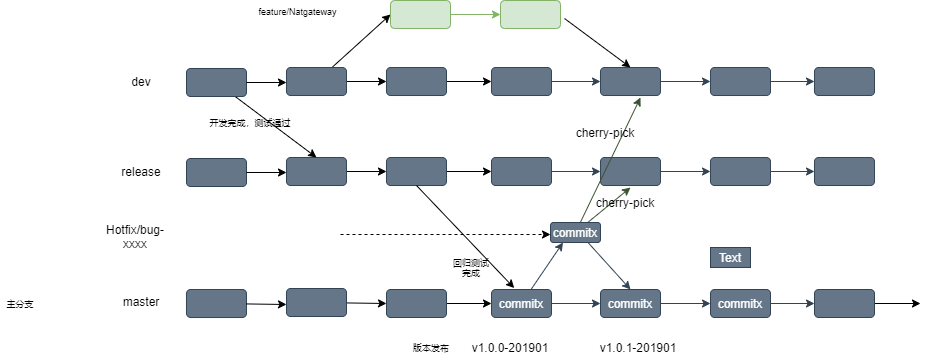
Before: 分支规范图.png, a diagram exported from draw.io (chenzake/images). Source tidied: cells renumbered, new cells last; positions are measured from the earlier drawing's top-left corner, leaving out a move shared by most shapes. Source of this version:
```xml
<mxGraphModel>
  <root>
    <mxCell id="0" />
    <mxCell id="1" parent="0" />
    <mxCell id="2" style="edgeStyle=orthogonalEdgeStyle;rounded=0;jettySize=auto;html=1;fillColor=#647687;strokeColor=#314354;" parent="1" edge="1" source="3" target="4">
      <mxGeometry relative="1" as="geometry" />
    </mxCell>
    <mxCell id="3" style="rounded=1;whiteSpace=wrap;html=1;fillColor=#647687;strokeColor=#314354;fontColor=#ffffff;" parent="1" vertex="1">
      <mxGeometry x="491" y="67" width="60" height="28" as="geometry" />
    </mxCell>
    <mxCell id="4" style="rounded=1;whiteSpace=wrap;html=1;fillColor=#647687;strokeColor=#314354;fontColor=#ffffff;" parent="1" vertex="1">
      <mxGeometry x="600" y="67" width="60" height="28" as="geometry" />
    </mxCell>
    <mxCell id="5" style="edgeStyle=orthogonalEdgeStyle;rounded=0;jettySize=auto;html=1;entryX=0;entryY=0.5;entryDx=0;entryDy=0;fillColor=#647687;strokeColor=#314354;" parent="1" edge="1" source="6" target="14">
      <mxGeometry relative="1" as="geometry" />
    </mxCell>
    <mxCell id="6" style="rounded=1;whiteSpace=wrap;html=1;fillColor=#647687;strokeColor=#314354;fontColor=#ffffff;" parent="1" vertex="1">
      <mxGeometry x="710" y="67" width="60" height="28" as="geometry" />
    </mxCell>
    <mxCell id="7" style="edgeStyle=orthogonalEdgeStyle;rounded=0;jettySize=auto;html=1;fillColor=#647687;strokeColor=#314354;" parent="1" edge="1" source="4" target="6">
      <mxGeometry relative="1" as="geometry" />
    </mxCell>
    <mxCell id="8" style="edgeStyle=orthogonalEdgeStyle;rounded=0;jettySize=auto;html=1;fillColor=#647687;strokeColor=#314354;" parent="1" edge="1" source="9" target="10">
      <mxGeometry relative="1" as="geometry" />
    </mxCell>
    <mxCell id="9" style="rounded=1;whiteSpace=wrap;html=1;fillColor=#647687;strokeColor=#314354;fontColor=#ffffff;" parent="1" vertex="1">
      <mxGeometry x="491" y="157" width="60" height="28" as="geometry" />
    </mxCell>
    <mxCell id="10" style="rounded=1;whiteSpace=wrap;html=1;fillColor=#647687;strokeColor=#314354;fontColor=#ffffff;" parent="1" vertex="1">
      <mxGeometry x="600" y="157" width="60" height="28" as="geometry" />
    </mxCell>
    <mxCell id="11" style="edgeStyle=orthogonalEdgeStyle;rounded=0;jettySize=auto;html=1;entryX=0;entryY=0.5;entryDx=0;entryDy=0;fillColor=#647687;strokeColor=#314354;" parent="1" edge="1" source="12" target="15">
      <mxGeometry relative="1" as="geometry" />
    </mxCell>
    <mxCell id="12" style="rounded=1;whiteSpace=wrap;html=1;fillColor=#647687;strokeColor=#314354;fontColor=#ffffff;" parent="1" vertex="1">
      <mxGeometry x="710" y="157" width="60" height="28" as="geometry" />
    </mxCell>
    <mxCell id="13" style="edgeStyle=orthogonalEdgeStyle;rounded=0;jettySize=auto;html=1;fillColor=#647687;strokeColor=#314354;" parent="1" edge="1" source="10" target="12">
      <mxGeometry relative="1" as="geometry" />
    </mxCell>
    <mxCell id="14" style="rounded=1;whiteSpace=wrap;html=1;fillColor=#647687;strokeColor=#314354;fontColor=#ffffff;" parent="1" vertex="1">
      <mxGeometry x="814" y="67" width="60" height="28" as="geometry" />
    </mxCell>
    <mxCell id="15" style="rounded=1;whiteSpace=wrap;html=1;fillColor=#647687;strokeColor=#314354;fontColor=#ffffff;" parent="1" vertex="1">
      <mxGeometry x="814" y="157" width="60" height="28" as="geometry" />
    </mxCell>
    <mxCell id="16" style="edgeStyle=orthogonalEdgeStyle;rounded=0;jettySize=auto;html=1;fillColor=#647687;strokeColor=#314354;" parent="1" edge="1" source="18" target="19">
      <mxGeometry relative="1" as="geometry" />
    </mxCell>
    <mxCell id="17" style="rounded=0;jettySize=auto;html=1;entryX=0.25;entryY=1;entryDx=0;entryDy=0;fillColor=#647687;strokeColor=#314354;" parent="1" edge="1" source="18" target="28">
      <mxGeometry relative="1" as="geometry" />
    </mxCell>
    <mxCell id="18" value="&lt;span&gt;commitx&lt;/span&gt;" style="rounded=1;whiteSpace=wrap;html=1;fillColor=#647687;strokeColor=#314354;fontColor=#ffffff;" parent="1" vertex="1">
      <mxGeometry x="491" y="289" width="60" height="28" as="geometry" />
    </mxCell>
    <mxCell id="19" value="&lt;span&gt;commitx&lt;/span&gt;" style="rounded=1;whiteSpace=wrap;html=1;fillColor=#647687;strokeColor=#314354;fontColor=#ffffff;" parent="1" vertex="1">
      <mxGeometry x="600" y="289" width="60" height="28" as="geometry" />
    </mxCell>
    <mxCell id="20" style="edgeStyle=orthogonalEdgeStyle;rounded=0;jettySize=auto;html=1;entryX=0;entryY=0.5;entryDx=0;entryDy=0;fillColor=#647687;strokeColor=#314354;" parent="1" edge="1" source="21" target="24">
      <mxGeometry relative="1" as="geometry" />
    </mxCell>
    <mxCell id="21" value="&lt;span&gt;commitx&lt;/span&gt;" style="rounded=1;whiteSpace=wrap;html=1;fillColor=#647687;strokeColor=#314354;fontColor=#ffffff;" parent="1" vertex="1">
      <mxGeometry x="710" y="289" width="60" height="28" as="geometry" />
    </mxCell>
    <mxCell id="22" style="edgeStyle=orthogonalEdgeStyle;rounded=0;jettySize=auto;html=1;fillColor=#647687;strokeColor=#314354;" parent="1" edge="1" source="19" target="21">
      <mxGeometry relative="1" as="geometry" />
    </mxCell>
    <mxCell id="23" style="edgeStyle=none;rounded=0;jettySize=auto;html=1;" parent="1" edge="1" source="24">
      <mxGeometry relative="1" as="geometry">
        <mxPoint x="920" y="303" as="targetPoint" />
      </mxGeometry>
    </mxCell>
    <mxCell id="24" style="rounded=1;whiteSpace=wrap;html=1;fillColor=#647687;strokeColor=#314354;fontColor=#ffffff;" parent="1" vertex="1">
      <mxGeometry x="814" y="289" width="60" height="28" as="geometry" />
    </mxCell>
    <mxCell id="25" style="edgeStyle=none;rounded=0;jettySize=auto;html=1;entryX=0.5;entryY=0;entryDx=0;entryDy=0;exitX=0.75;exitY=1;exitDx=0;exitDy=0;fillColor=#647687;strokeColor=#314354;" parent="1" edge="1" source="28" target="19">
      <mxGeometry relative="1" as="geometry" />
    </mxCell>
    <mxCell id="26" style="edgeStyle=none;rounded=0;jettySize=auto;html=1;fillColor=#6d8764;strokeColor=#3A5431;" parent="1" edge="1" source="28">
      <mxGeometry relative="1" as="geometry">
        <mxPoint x="630" y="187" as="targetPoint" />
      </mxGeometry>
    </mxCell>
    <mxCell id="27" style="edgeStyle=none;rounded=0;jettySize=auto;html=1;fillColor=#6d8764;strokeColor=#3A5431;" parent="1" edge="1" source="28">
      <mxGeometry relative="1" as="geometry">
        <mxPoint x="640" y="97" as="targetPoint" />
      </mxGeometry>
    </mxCell>
    <mxCell id="28" value="commitx" style="rounded=1;whiteSpace=wrap;html=1;fillColor=#647687;strokeColor=#314354;fontColor=#ffffff;" parent="1" vertex="1">
      <mxGeometry x="550" y="222" width="50" height="20" as="geometry" />
    </mxCell>
    <mxCell id="29" value="v1.0.0-201901" style="text;html=1;strokeColor=none;fillColor=none;align=center;verticalAlign=middle;whiteSpace=wrap;rounded=0;" parent="1" vertex="1">
      <mxGeometry x="470" y="337" width="80" height="20" as="geometry" />
    </mxCell>
    <mxCell id="30" value="v1.0.1-201901" style="text;html=1;strokeColor=none;fillColor=none;align=center;verticalAlign=middle;whiteSpace=wrap;rounded=0;" parent="1" vertex="1">
      <mxGeometry x="594.5" y="337" width="85.5" height="20" as="geometry" />
    </mxCell>
    <mxCell id="31" value="Text" style="text;html=1;strokeColor=#314354;fillColor=#647687;align=center;verticalAlign=middle;whiteSpace=wrap;rounded=0;fontColor=#ffffff;" parent="1" vertex="1">
      <mxGeometry x="710" y="247" width="40" height="20" as="geometry" />
    </mxCell>
    <mxCell id="32" value="cherry-pick" style="text;html=1;strokeColor=none;fillColor=none;align=center;verticalAlign=middle;whiteSpace=wrap;rounded=0;" parent="1" vertex="1">
      <mxGeometry x="570" y="127" width="70" height="10" as="geometry" />
    </mxCell>
    <mxCell id="33" value="cherry-pick" style="text;html=1;strokeColor=none;fillColor=none;align=center;verticalAlign=middle;whiteSpace=wrap;rounded=0;" parent="1" vertex="1">
      <mxGeometry x="590" y="197" width="70" height="10" as="geometry" />
    </mxCell>
    <mxCell id="34" style="edgeStyle=none;rounded=0;jettySize=auto;html=1;entryX=0;entryY=0.5;entryDx=0;entryDy=0;" parent="1" edge="1" source="35" target="3">
      <mxGeometry relative="1" as="geometry" />
    </mxCell>
    <mxCell id="35" style="rounded=1;whiteSpace=wrap;html=1;fillColor=#647687;strokeColor=#314354;fontColor=#ffffff;" parent="1" vertex="1">
      <mxGeometry x="386" y="67" width="60" height="28" as="geometry" />
    </mxCell>
    <mxCell id="36" style="edgeStyle=none;rounded=0;jettySize=auto;html=1;entryX=0;entryY=0.5;entryDx=0;entryDy=0;" parent="1" edge="1" source="38" target="35">
      <mxGeometry relative="1" as="geometry" />
    </mxCell>
    <mxCell id="37" style="edgeStyle=none;rounded=0;jettySize=auto;html=1;entryX=0;entryY=0.5;entryDx=0;entryDy=0;fontSize=9;" parent="1" edge="1" source="38" target="64">
      <mxGeometry relative="1" as="geometry" />
    </mxCell>
    <mxCell id="38" style="rounded=1;whiteSpace=wrap;html=1;fillColor=#647687;strokeColor=#314354;fontColor=#ffffff;" parent="1" vertex="1">
      <mxGeometry x="286" y="67" width="60" height="28" as="geometry" />
    </mxCell>
    <mxCell id="39" style="edgeStyle=none;rounded=0;jettySize=auto;html=1;entryX=0;entryY=0.5;entryDx=0;entryDy=0;" parent="1" edge="1" source="40" target="9">
      <mxGeometry relative="1" as="geometry" />
    </mxCell>
    <mxCell id="40" style="rounded=1;whiteSpace=wrap;html=1;fillColor=#647687;strokeColor=#314354;fontColor=#ffffff;" parent="1" vertex="1">
      <mxGeometry x="386" y="157" width="60" height="28" as="geometry" />
    </mxCell>
    <mxCell id="41" style="edgeStyle=none;rounded=0;jettySize=auto;html=1;entryX=0;entryY=0.5;entryDx=0;entryDy=0;" parent="1" edge="1" source="42" target="40">
      <mxGeometry relative="1" as="geometry" />
    </mxCell>
    <mxCell id="42" style="rounded=1;whiteSpace=wrap;html=1;fillColor=#647687;strokeColor=#314354;fontColor=#ffffff;" parent="1" vertex="1">
      <mxGeometry x="286" y="157" width="60" height="28" as="geometry" />
    </mxCell>
    <mxCell id="43" style="edgeStyle=none;rounded=0;jettySize=auto;html=1;entryX=0;entryY=0.5;entryDx=0;entryDy=0;" parent="1" edge="1" source="44" target="18">
      <mxGeometry relative="1" as="geometry" />
    </mxCell>
    <mxCell id="44" style="rounded=1;whiteSpace=wrap;html=1;fillColor=#647687;strokeColor=#314354;fontColor=#ffffff;" parent="1" vertex="1">
      <mxGeometry x="386" y="289" width="60" height="28" as="geometry" />
    </mxCell>
    <mxCell id="45" style="edgeStyle=none;rounded=0;jettySize=auto;html=1;entryX=0;entryY=0.5;entryDx=0;entryDy=0;" parent="1" edge="1" source="46" target="44">
      <mxGeometry relative="1" as="geometry" />
    </mxCell>
    <mxCell id="46" style="rounded=1;whiteSpace=wrap;html=1;fillColor=#647687;strokeColor=#314354;fontColor=#ffffff;" parent="1" vertex="1">
      <mxGeometry x="286" y="288" width="60" height="28" as="geometry" />
    </mxCell>
    <mxCell id="47" value="dev" style="text;html=1;strokeColor=none;fillColor=none;align=center;verticalAlign=middle;whiteSpace=wrap;rounded=0;" parent="1" vertex="1">
      <mxGeometry x="106" y="66" width="70" height="30" as="geometry" />
    </mxCell>
    <mxCell id="48" value="release" style="text;html=1;strokeColor=none;fillColor=none;align=center;verticalAlign=middle;whiteSpace=wrap;rounded=0;" parent="1" vertex="1">
      <mxGeometry x="106" y="156" width="70" height="30" as="geometry" />
    </mxCell>
    <mxCell id="49" value="master" style="text;html=1;strokeColor=none;fillColor=none;align=center;verticalAlign=middle;whiteSpace=wrap;rounded=0;" parent="1" vertex="1">
      <mxGeometry x="106" y="286" width="70" height="30" as="geometry" />
    </mxCell>
    <mxCell id="50" value="Hotfix/bug-xxxx" style="text;html=1;strokeColor=none;fillColor=none;align=center;verticalAlign=middle;whiteSpace=wrap;rounded=0;" parent="1" vertex="1">
      <mxGeometry x="100" y="221" width="70" height="30" as="geometry" />
    </mxCell>
    <mxCell id="51" style="edgeStyle=none;rounded=0;jettySize=auto;html=1;entryX=0.5;entryY=0;entryDx=0;entryDy=0;" parent="1" edge="1" source="52" target="42">
      <mxGeometry relative="1" as="geometry" />
    </mxCell>
    <mxCell id="52" style="rounded=1;whiteSpace=wrap;html=1;fillColor=#647687;strokeColor=#314354;fontColor=#ffffff;" parent="1" vertex="1">
      <mxGeometry x="186" y="68" width="60" height="28" as="geometry" />
    </mxCell>
    <mxCell id="53" style="rounded=1;whiteSpace=wrap;html=1;fillColor=#647687;strokeColor=#314354;fontColor=#ffffff;" parent="1" vertex="1">
      <mxGeometry x="186" y="158" width="60" height="28" as="geometry" />
    </mxCell>
    <mxCell id="54" style="rounded=1;whiteSpace=wrap;html=1;fillColor=#647687;strokeColor=#314354;fontColor=#ffffff;" parent="1" vertex="1">
      <mxGeometry x="186" y="289" width="60" height="28" as="geometry" />
    </mxCell>
    <mxCell id="55" style="edgeStyle=none;rounded=0;jettySize=auto;html=1;entryX=0;entryY=0.5;entryDx=0;entryDy=0;" parent="1" edge="1" source="54">
      <mxGeometry relative="1" as="geometry">
        <mxPoint x="286" y="304" as="targetPoint" />
      </mxGeometry>
    </mxCell>
    <mxCell id="56" style="edgeStyle=none;rounded=0;jettySize=auto;html=1;entryX=0;entryY=0.5;entryDx=0;entryDy=0;" parent="1" edge="1" source="53">
      <mxGeometry relative="1" as="geometry">
        <mxPoint x="286" y="172" as="targetPoint" />
      </mxGeometry>
    </mxCell>
    <mxCell id="57" style="edgeStyle=none;rounded=0;jettySize=auto;html=1;entryX=0;entryY=0.5;entryDx=0;entryDy=0;" parent="1" edge="1" source="52">
      <mxGeometry relative="1" as="geometry">
        <mxPoint x="286" y="82" as="targetPoint" />
      </mxGeometry>
    </mxCell>
    <mxCell id="58" value="&lt;font style=&quot;font-size: 9px;&quot;&gt;开发完成，测试通过&lt;/font&gt;" style="text;html=1;strokeColor=none;fillColor=none;align=center;verticalAlign=middle;whiteSpace=wrap;rounded=0;fontSize=9;" parent="1" vertex="1">
      <mxGeometry x="180" y="117" width="140" height="10" as="geometry" />
    </mxCell>
    <mxCell id="59" value="回归测试完成" style="text;html=1;strokeColor=none;fillColor=none;align=center;verticalAlign=middle;whiteSpace=wrap;rounded=0;fontSize=9;" parent="1" vertex="1">
      <mxGeometry x="451" y="257" width="40" height="20" as="geometry" />
    </mxCell>
    <mxCell id="60" value="主分支" style="text;html=1;strokeColor=none;fillColor=none;align=center;verticalAlign=middle;whiteSpace=wrap;rounded=0;fontSize=9;" parent="1" vertex="1">
      <mxGeometry y="293" width="40" height="20" as="geometry" />
    </mxCell>
    <mxCell id="61" style="edgeStyle=none;rounded=0;jettySize=auto;html=1;entryX=0.379;entryY=-0.051;entryDx=0;entryDy=0;fontSize=9;exitX=0.5;exitY=1;exitDx=0;exitDy=0;entryPerimeter=0;" parent="1" edge="1" source="40" target="18">
      <mxGeometry relative="1" as="geometry" />
    </mxCell>
    <mxCell id="62" style="endArrow=classic;html=1;fontSize=9;entryX=0;entryY=0.75;entryDx=0;entryDy=0;dashed=1;" parent="1" edge="1">
      <mxGeometry relative="1" as="geometry">
        <mxPoint x="340" y="234" as="sourcePoint" />
        <mxPoint x="550" y="234" as="targetPoint" />
      </mxGeometry>
    </mxCell>
    <mxCell id="63" value="版本发布" style="text;html=1;strokeColor=none;fillColor=none;align=center;verticalAlign=middle;whiteSpace=wrap;rounded=0;fontSize=9;" parent="1" vertex="1">
      <mxGeometry x="411" y="337" width="40" height="20" as="geometry" />
    </mxCell>
    <mxCell id="64" style="rounded=1;whiteSpace=wrap;html=1;fillColor=#d5e8d4;strokeColor=#82b366;" parent="1" vertex="1">
      <mxGeometry x="390" width="60" height="28" as="geometry" />
    </mxCell>
    <mxCell id="65" style="edgeStyle=none;rounded=0;jettySize=auto;html=1;entryX=0.5;entryY=0;entryDx=0;entryDy=0;fontSize=9;" parent="1" edge="1" target="4">
      <mxGeometry relative="1" as="geometry">
        <mxPoint x="564" y="18" as="sourcePoint" />
      </mxGeometry>
    </mxCell>
    <mxCell id="66" style="rounded=1;whiteSpace=wrap;html=1;fillColor=#d5e8d4;strokeColor=#82b366;" parent="1" vertex="1">
      <mxGeometry x="500" width="60" height="28" as="geometry" />
    </mxCell>
    <mxCell id="67" style="edgeStyle=orthogonalEdgeStyle;rounded=0;jettySize=auto;html=1;fillColor=#d5e8d4;strokeColor=#82b366;" parent="1" edge="1" source="64" target="66">
      <mxGeometry relative="1" as="geometry" />
    </mxCell>
    <mxCell id="68" value="feature/Natgateway" style="text;html=1;strokeColor=none;fillColor=none;align=center;verticalAlign=middle;whiteSpace=wrap;rounded=0;fontSize=9;" parent="1" vertex="1">
      <mxGeometry x="260" width="75" height="21" as="geometry" />
    </mxCell>
  </root>
</mxGraphModel>
```
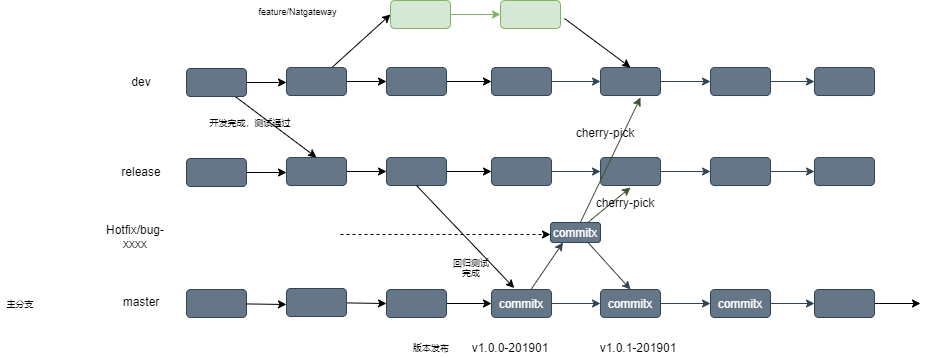
After the commit.

Commit message:
分支规范图.png

What changed in the source:
```diff
@@ -95,9 +95,6 @@
     <mxCell id="30" value="v1.0.1-201901" style="text;html=1;strokeColor=none;fillColor=none;align=center;verticalAlign=middle;whiteSpace=wrap;rounded=0;" parent="1" vertex="1">
       <mxGeometry x="594.5" y="337" width="85.5" height="20" as="geometry" />
     </mxCell>
-    <mxCell id="31" value="Text" style="text;html=1;strokeColor=#314354;fillColor=#647687;align=center;verticalAlign=middle;whiteSpace=wrap;rounded=0;fontColor=#ffffff;" parent="1" vertex="1">
-      <mxGeometry x="710" y="247" width="40" height="20" as="geometry" />
-    </mxCell>
     <mxCell id="32" value="cherry-pick" style="text;html=1;strokeColor=none;fillColor=none;align=center;verticalAlign=middle;whiteSpace=wrap;rounded=0;" parent="1" vertex="1">
       <mxGeometry x="570" y="127" width="70" height="10" as="geometry" />
     </mxCell>
```
